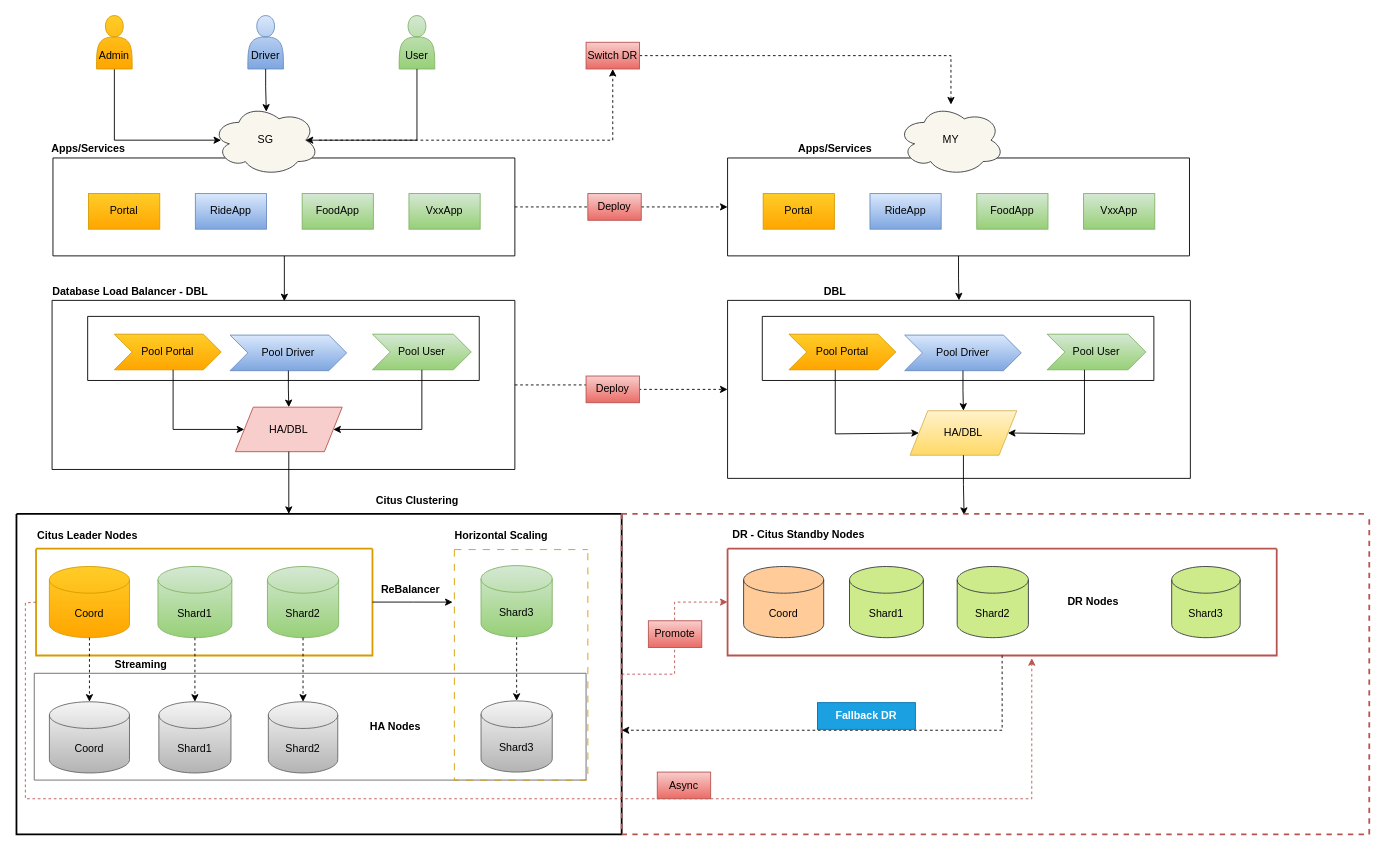
Above: Citus Cluster - Infrastructure.drawio in quanntt0203/PostgreSQL-HA (draw.io), before the change. Source tidied: cells renumbered, new cells numbered last; positions are measured from the earlier drawing's top-left corner, leaving out a move shared by most shapes. Both pictures are drawn from the tidied source at 89%, with x=0, y=0 at pixel (16, 15).
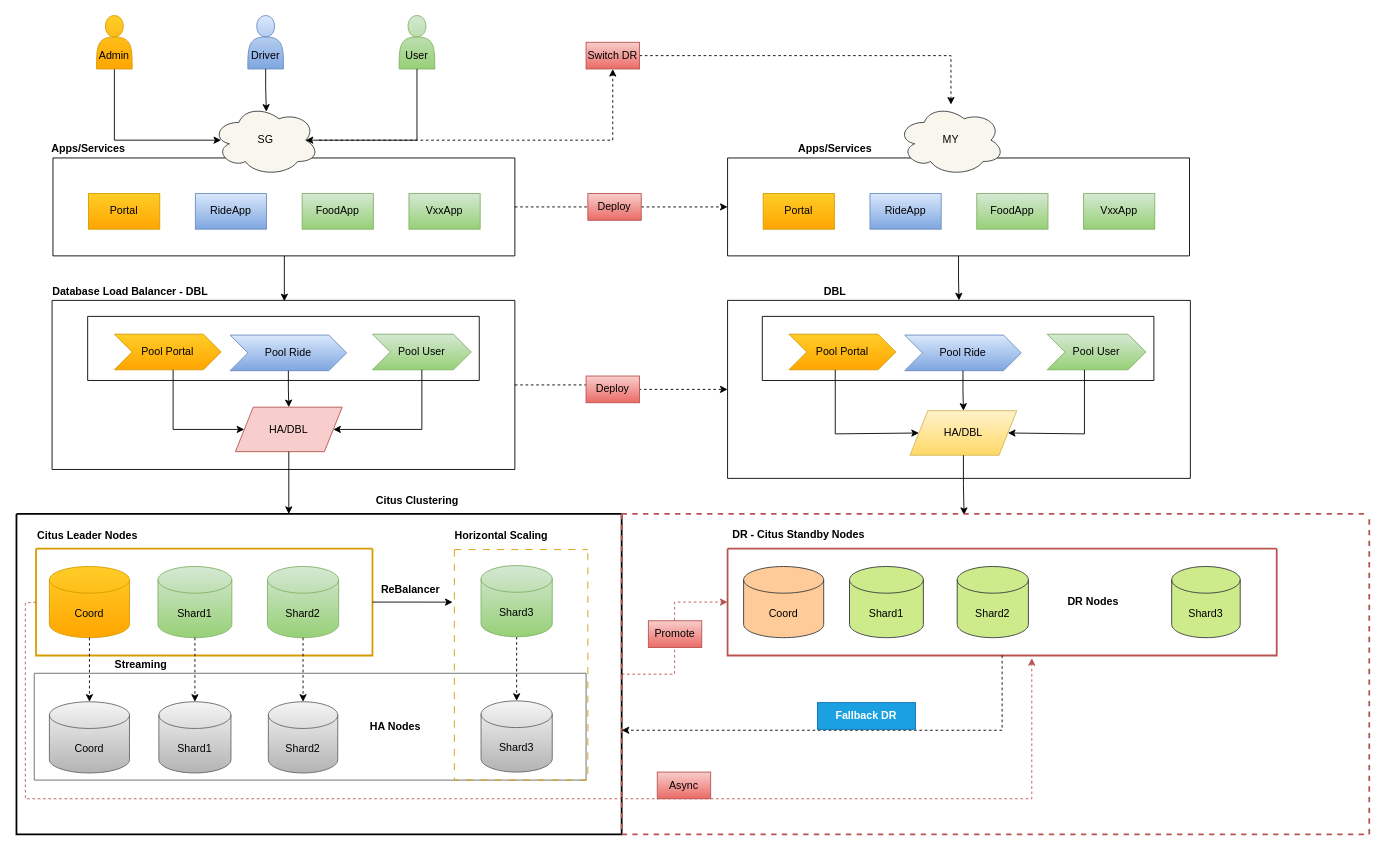
Above is the later version.

The change refers to these unchanged cells:
```xml
<mxCell id="35" style="swimlane;startSize=0;" parent="1" vertex="1">
  <mxGeometry x="80" y="338" width="440" height="72" as="geometry" />
</mxCell>
<mxCell id="60" style="swimlane;startSize=0;" parent="1" vertex="1">
  <mxGeometry x="838" y="338" width="440" height="72" as="geometry" />
</mxCell>
```

The edit, as a diff of the source:
```diff
@@
-    <mxCell id="37" value="Pool Driver" style="shape=step;perimeter=stepPerimeter;whiteSpace=wrap;html=1;fixedSize=1;fillColor=#dae8fc;gradientColor=#7ea6e0;strokeColor=#6c8ebf;" parent="35" vertex="1">
+    <mxCell id="37" value="Pool Ride" style="shape=step;perimeter=stepPerimeter;whiteSpace=wrap;html=1;fixedSize=1;fillColor=#dae8fc;gradientColor=#7ea6e0;strokeColor=#6c8ebf;" parent="35" vertex="1">
       <mxGeometry x="160" y="21" width="131" height="40" as="geometry" />
     </mxCell>
@@
-    <mxCell id="62" value="Pool Driver" style="shape=step;perimeter=stepPerimeter;whiteSpace=wrap;html=1;fixedSize=1;fillColor=#dae8fc;gradientColor=#7ea6e0;strokeColor=#6c8ebf;" parent="60" vertex="1">
+    <mxCell id="62" value="Pool Ride" style="shape=step;perimeter=stepPerimeter;whiteSpace=wrap;html=1;fixedSize=1;fillColor=#dae8fc;gradientColor=#7ea6e0;strokeColor=#6c8ebf;" parent="60" vertex="1">
       <mxGeometry x="160" y="21" width="131" height="40" as="geometry" />
     </mxCell>
```
